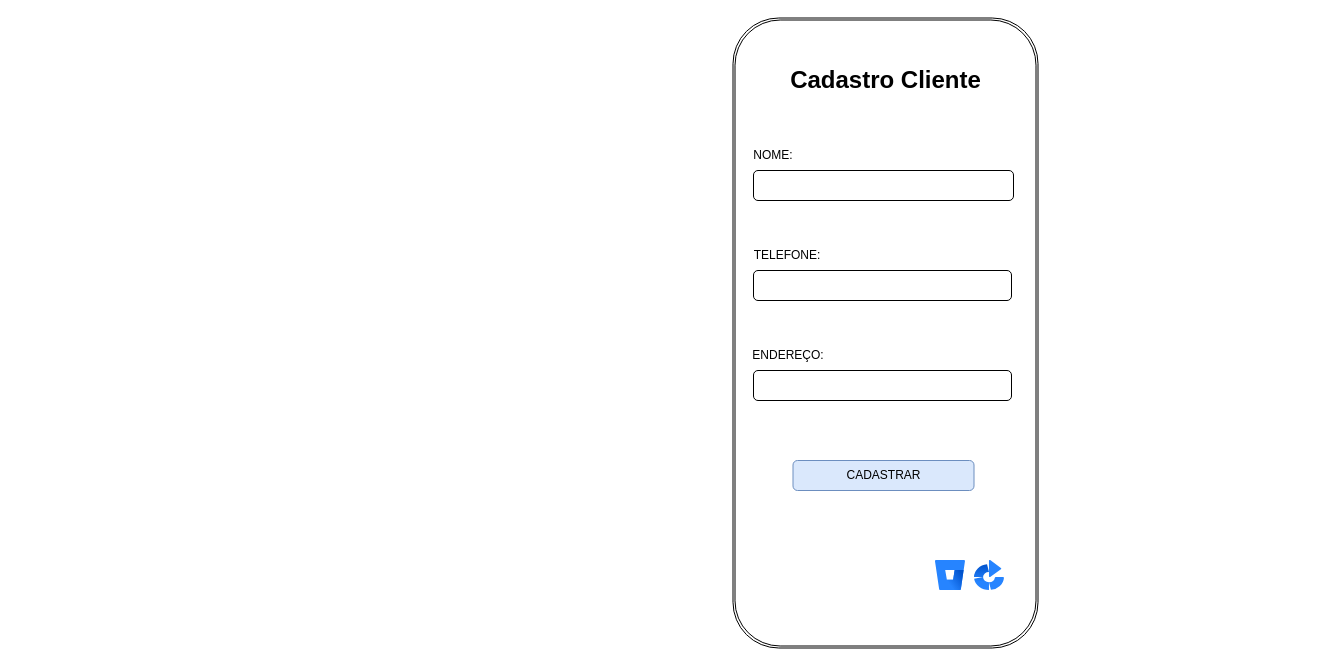
This is page "Página-1" (1 of 4) of DOC/tela.drawio from rafaelareisilva/avatar.app, a draw.io file, before an edit. Source tidied: cells renumbered, new cells numbered last; positions are measured from the earlier drawing's top-left corner, leaving out a move shared by most shapes. Both pictures are drawn from the tidied source at 100%, with x=0, y=0 at pixel (570, 60).
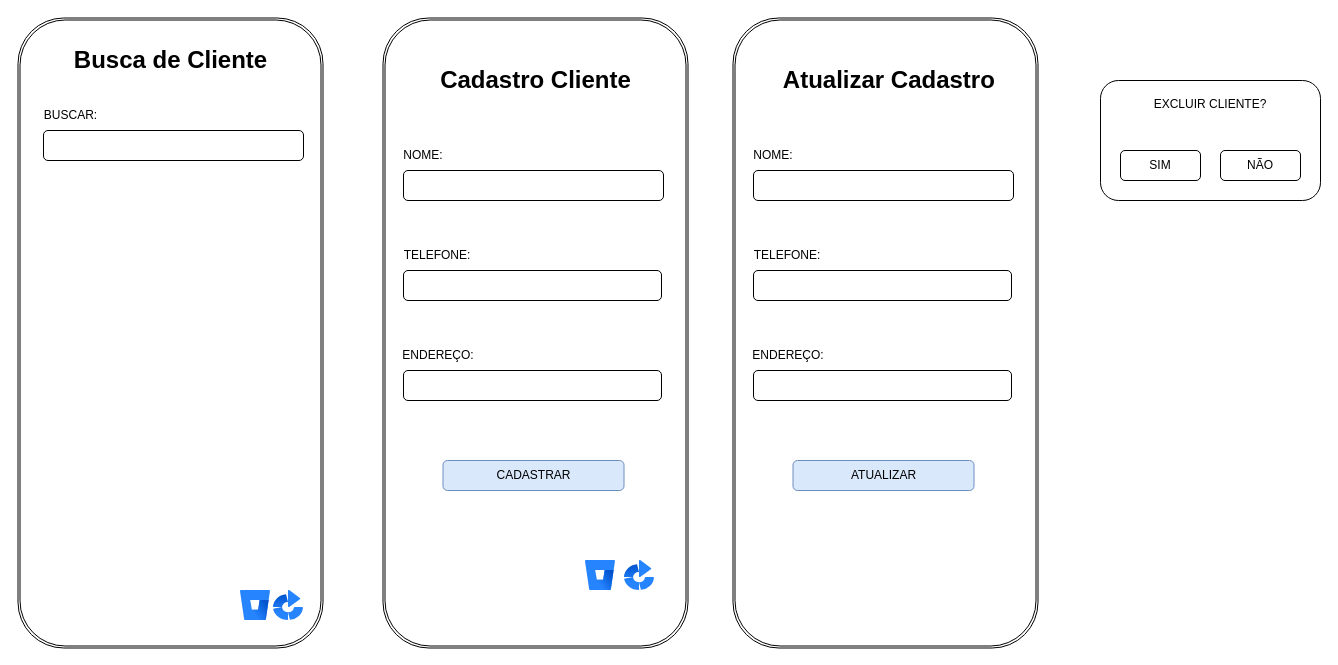
After the change.

Diff of the diagram source:
```diff
@@
-    <mxCell id="5" value="Cadastro Cliente" style="text;strokeColor=none;fillColor=none;html=1;fontSize=24;fontStyle=1;verticalAlign=middle;align=center;" parent="1" vertex="1">
+    <mxCell id="5" value="&amp;nbsp;Atualizar Cadastro" style="text;strokeColor=none;fillColor=none;html=1;fontSize=24;fontStyle=1;verticalAlign=middle;align=center;" parent="1" vertex="1">
       <mxGeometry x="265" width="100" height="40" as="geometry" />
     </mxCell>
@@
-    <mxCell id="10" style="image;html=1;image=img/lib/atlassian/Bitbucket_Logo.svg;" parent="1" vertex="1">
-      <mxGeometry x="365" y="500" width="30" height="30" as="geometry" />
-    </mxCell>
-    <mxCell id="11" style="image;html=1;image=img/lib/atlassian/Bamboo_Logo.svg;" parent="1" vertex="1">
-      <mxGeometry x="404" y="500" width="30" height="30" as="geometry" />
-    </mxCell>
-    <mxCell id="12" value="CADASTRAR" style="rounded=1;whiteSpace=wrap;html=1;fillColor=#dae8fc;strokeColor=#6c8ebf;" parent="1" vertex="1">
+    <mxCell id="12" value="ATUALIZAR" style="rounded=1;whiteSpace=wrap;html=1;fillColor=#dae8fc;strokeColor=#6c8ebf;" parent="1" vertex="1">
       <mxGeometry x="222.5" y="400" width="181" height="30" as="geometry" />
     </mxCell>
+    <mxCell id="13" value="EXCLUIR CLIENTE?&lt;div&gt;&lt;br&gt;&lt;/div&gt;&lt;div&gt;&lt;br&gt;&lt;/div&gt;&lt;div&gt;&lt;br&gt;&lt;/div&gt;&lt;div&gt;&lt;br&gt;&lt;/div&gt;&lt;div&gt;&lt;br&gt;&lt;/div&gt;" style="rounded=1;whiteSpace=wrap;html=1;" parent="1" vertex="1">
+      <mxGeometry x="530" y="20" width="220" height="120" as="geometry" />
+    </mxCell>
+    <mxCell id="14" value="SIM" style="rounded=1;whiteSpace=wrap;html=1;" parent="1" vertex="1">
+      <mxGeometry x="550" y="90" width="80" height="30" as="geometry" />
+    </mxCell>
+    <mxCell id="15" value="NÃO" style="rounded=1;whiteSpace=wrap;html=1;" parent="1" vertex="1">
+      <mxGeometry x="650" y="90" width="80" height="30" as="geometry" />
+    </mxCell>
+    <mxCell id="16" style="shape=ext;double=1;rounded=1;whiteSpace=wrap;html=1;rotation=90;" parent="1" vertex="1">
+      <mxGeometry x="-350" y="120" width="630" height="305" as="geometry" />
+    </mxCell>
+    <mxCell id="17" style="rounded=1;whiteSpace=wrap;html=1;" parent="1" vertex="1">
+      <mxGeometry x="-167" y="110" width="260" height="30" as="geometry" />
+    </mxCell>
+    <mxCell id="18" value="NOME:" style="text;html=1;align=center;verticalAlign=middle;whiteSpace=wrap;rounded=0;" parent="1" vertex="1">
+      <mxGeometry x="-167" y="80" width="40" height="30" as="geometry" />
+    </mxCell>
+    <mxCell id="19" value="Cadastro Cliente" style="text;strokeColor=none;fillColor=none;html=1;fontSize=24;fontStyle=1;verticalAlign=middle;align=center;" parent="1" vertex="1">
+      <mxGeometry x="-85" width="100" height="40" as="geometry" />
+    </mxCell>
+    <mxCell id="20" style="rounded=1;whiteSpace=wrap;html=1;" parent="1" vertex="1">
+      <mxGeometry x="-167" y="210" width="258" height="30" as="geometry" />
+    </mxCell>
+    <mxCell id="21" value="TELEFONE:" style="text;html=1;align=center;verticalAlign=middle;whiteSpace=wrap;rounded=0;" parent="1" vertex="1">
+      <mxGeometry x="-163.5" y="180" width="60" height="30" as="geometry" />
+    </mxCell>
+    <mxCell id="22" style="rounded=1;whiteSpace=wrap;html=1;" parent="1" vertex="1">
+      <mxGeometry x="-167" y="310" width="258" height="30" as="geometry" />
+    </mxCell>
+    <mxCell id="23" value="ENDEREÇO:" style="text;html=1;align=center;verticalAlign=middle;whiteSpace=wrap;rounded=0;" parent="1" vertex="1">
+      <mxGeometry x="-167" y="280" width="70" height="30" as="geometry" />
+    </mxCell>
+    <mxCell id="24" style="image;html=1;image=img/lib/atlassian/Bitbucket_Logo.svg;" parent="1" vertex="1">
+      <mxGeometry x="15" y="500" width="30" height="30" as="geometry" />
+    </mxCell>
+    <mxCell id="25" style="image;html=1;image=img/lib/atlassian/Bamboo_Logo.svg;" parent="1" vertex="1">
+      <mxGeometry x="54" y="500" width="30" height="30" as="geometry" />
+    </mxCell>
+    <mxCell id="26" value="CADASTRAR" style="rounded=1;whiteSpace=wrap;html=1;fillColor=#dae8fc;strokeColor=#6c8ebf;" parent="1" vertex="1">
+      <mxGeometry x="-127.5" y="400" width="181" height="30" as="geometry" />
+    </mxCell>
+    <mxCell id="27" style="shape=ext;double=1;rounded=1;whiteSpace=wrap;html=1;rotation=90;" parent="1" vertex="1">
+      <mxGeometry x="-715" y="120" width="630" height="305" as="geometry" />
+    </mxCell>
+    <mxCell id="28" style="rounded=1;whiteSpace=wrap;html=1;" parent="1" vertex="1">
+      <mxGeometry x="-527" y="70" width="260" height="30" as="geometry" />
+    </mxCell>
+    <mxCell id="29" value="BUSCAR:" style="text;html=1;align=center;verticalAlign=middle;whiteSpace=wrap;rounded=0;" parent="1" vertex="1">
+      <mxGeometry x="-523.5" y="40" width="46.5" height="30" as="geometry" />
+    </mxCell>
+    <mxCell id="30" value="Busca de Cliente" style="text;strokeColor=none;fillColor=none;html=1;fontSize=24;fontStyle=1;verticalAlign=middle;align=center;" parent="1" vertex="1">
+      <mxGeometry x="-450" y="-20" width="100" height="40" as="geometry" />
+    </mxCell>
+    <mxCell id="31" style="image;html=1;image=img/lib/atlassian/Bitbucket_Logo.svg;" parent="1" vertex="1">
+      <mxGeometry x="-330" y="530" width="30" height="30" as="geometry" />
+    </mxCell>
+    <mxCell id="32" style="image;html=1;image=img/lib/atlassian/Bamboo_Logo.svg;" parent="1" vertex="1">
+      <mxGeometry x="-297" y="530" width="30" height="30" as="geometry" />
+    </mxCell>
```
